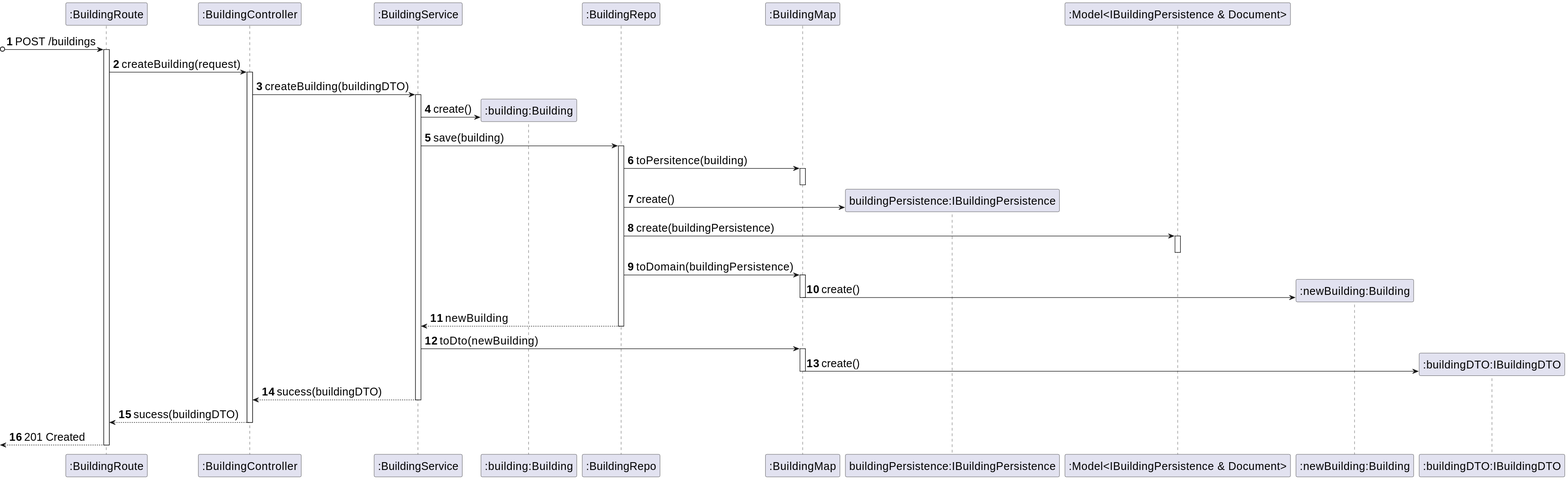
miseEnPlace-dev/lapr5 keeps this PlantUML diagram as _wiki/sprint-a/us03-170/views/level-3/assets/process-view.svg. Above is the earlier version. Source of this version:
```plantuml
@startuml
skinparamlocked defaultFontSize 20
autonumber
participant ROUTE as ":BuildingRoute"
participant CTRL as ":BuildingController"
participant SRV as ":BuildingService"
participant BUILD as ":building:Building"
participant REPO as ":BuildingRepo"
participant MAP as ":BuildingMap"
participant PERS as "buildingPersistence:IBuildingPersistence"
participant MODEL as ":Model<IBuildingPersistence & Document>"
participant NBUILD as ":newBuilding:Building"
participant DTO as ":buildingDTO:IBuildingDTO"

?o-> ROUTE : POST /buildings
activate ROUTE

ROUTE -> CTRL : createBuilding(request)
activate CTRL
CTRL -> SRV : createBuilding(buildingDTO)
activate SRV
SRV -> BUILD** : create()
SRV -> REPO : save(building)
activate REPO
REPO -> MAP : toPersitence(building)
activate MAP
deactivate MAP
REPO -> PERS** : create()
REPO -> MODEL : create(buildingPersistence)
activate MODEL
deactivate MODEL
REPO -> MAP : toDomain(buildingPersistence)
activate MAP
MAP -> NBUILD** : create()
deactivate MAP
REPO --> SRV : newBuilding
deactivate REPO
SRV -> MAP : toDto(newBuilding)
activate MAP
MAP -> DTO** : create()
deactivate MAP
SRV --> CTRL : sucess(buildingDTO)
deactivate SRV
CTRL --> ROUTE : sucess(buildingDTO)
deactivate CTRL
<-- ROUTE : 201 Created
deactivate ROUTE
@enduml
```
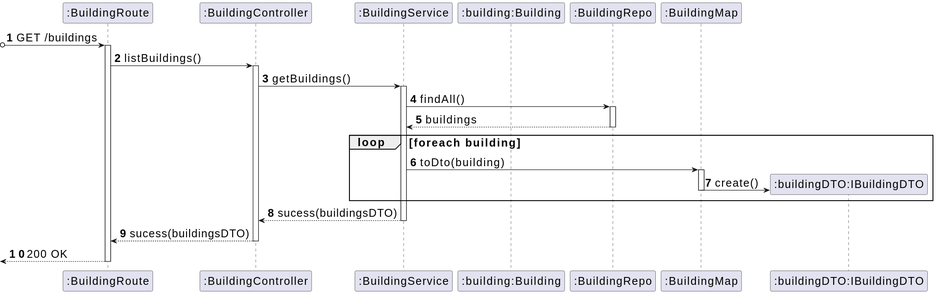
Later version of the same file.

Commit message:
docs(us-170): exported diagrams

What changed in the source:
```diff
@@ -7,42 +7,29 @@
 participant BUILD as ":building:Building"
 participant REPO as ":BuildingRepo"
 participant MAP as ":BuildingMap"
-participant PERS as "buildingPersistence:IBuildingPersistence"
-participant MODEL as ":Model<IBuildingPersistence & Document>"
-participant NBUILD as ":newBuilding:Building"
 participant DTO as ":buildingDTO:IBuildingDTO"
 
-?o-> ROUTE : POST /buildings
+?o-> ROUTE : GET /buildings
 activate ROUTE
 
-ROUTE -> CTRL : createBuilding(request)
+ROUTE -> CTRL : listBuildings()
 activate CTRL
-CTRL -> SRV : createBuilding(buildingDTO)
+CTRL -> SRV : getBuildings()
 activate SRV
-SRV -> BUILD** : create()
-SRV -> REPO : save(building)
+SRV -> REPO : findAll()
 activate REPO
-REPO -> MAP : toPersitence(building)
-activate MAP
-deactivate MAP
-REPO -> PERS** : create()
-REPO -> MODEL : create(buildingPersistence)
-activate MODEL
-deactivate MODEL
-REPO -> MAP : toDomain(buildingPersistence)
-activate MAP
-MAP -> NBUILD** : create()
-deactivate MAP
-REPO --> SRV : newBuilding
+REPO --> SRV : buildings
 deactivate REPO
-SRV -> MAP : toDto(newBuilding)
-activate MAP
-MAP -> DTO** : create()
-deactivate MAP
-SRV --> CTRL : sucess(buildingDTO)
+loop foreach building
+    SRV -> MAP : toDto(building)
+    activate MAP
+    MAP -> DTO** : create()
+    deactivate MAP
+end
+SRV --> CTRL : sucess(buildingsDTO)
 deactivate SRV
-CTRL --> ROUTE : sucess(buildingDTO)
+CTRL --> ROUTE : sucess(buildingsDTO)
 deactivate CTRL
-<-- ROUTE : 201 Created
+<-- ROUTE : 200 OK
 deactivate ROUTE
 @enduml
```
